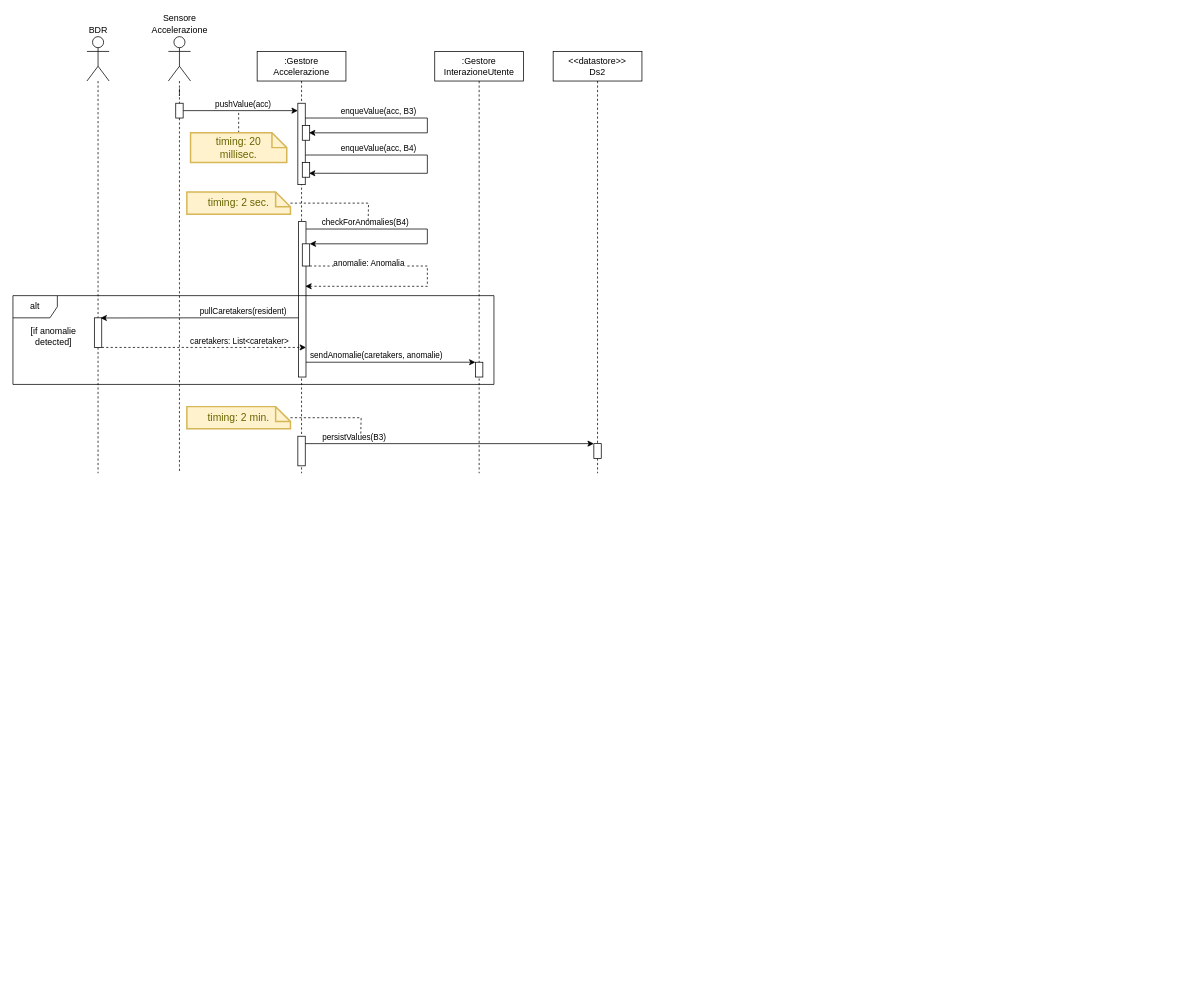
This is page "Accelerazione" (2 of 9) of Progetto/Diagrammi_Attivita/Sequence.drawio from Wonderjack996/unimib-software-architecture, a draw.io file, before an edit. Source tidied: cells renumbered, new cells numbered last; positions are measured from the earlier drawing's top-left corner, leaving out a move shared by most shapes. Both pictures are drawn from the tidied source at 74%, with x=0, y=0 at pixel (13, 36).
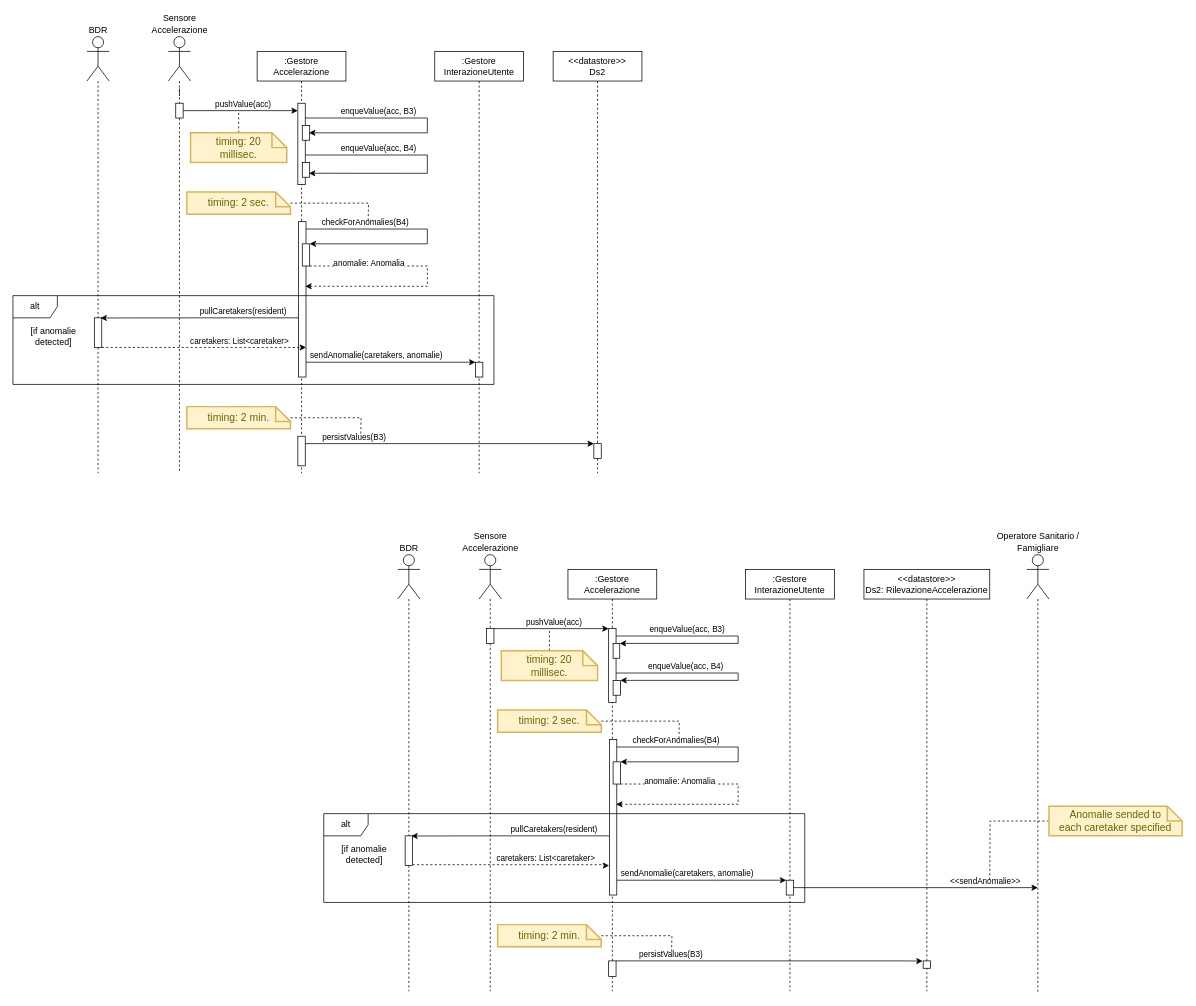
The same diagram, later.

What changed in the source:
```diff
@@
+    <mxCell id="47" value=":Gestore&#10;Accelerazione" style="shape=umlLifeline;perimeter=lifelinePerimeter;rounded=0;shadow=0;strokeWidth=1;" parent="1" vertex="1">
+      <mxGeometry x="750" y="720" width="120" height="570" as="geometry" />
+    </mxCell>
+    <mxCell id="48" style="edgeStyle=orthogonalEdgeStyle;rounded=0;orthogonalLoop=1;jettySize=auto;html=1;entryX=0.989;entryY=-0.003;entryDx=0;entryDy=0;entryPerimeter=0;startArrow=none;startFill=0;endArrow=classic;endFill=1;" parent="47" edge="1">
+      <mxGeometry relative="1" as="geometry">
+        <mxPoint x="65" y="140" as="sourcePoint" />
+        <mxPoint x="70.9" y="149.9" as="targetPoint" />
+        <Array as="points">
+          <mxPoint x="230" y="140" />
+          <mxPoint x="230" y="150" />
+        </Array>
+      </mxGeometry>
+    </mxCell>
+    <mxCell id="49" value="enqueValue(acc, B4)" style="edgeLabel;html=1;align=center;verticalAlign=middle;" parent="48" vertex="1">
+      <mxGeometry x="-0.34" relative="1" as="geometry">
+        <mxPoint x="-17" y="-10" as="offset" />
+      </mxGeometry>
+    </mxCell>
+    <mxCell id="50" style="points=[];perimeter=orthogonalPerimeter;rounded=0;shadow=0;strokeWidth=1;" parent="47" vertex="1">
+      <mxGeometry x="55" y="80" width="10" height="100" as="geometry" />
+    </mxCell>
+    <mxCell id="51" style="points=[];perimeter=orthogonalPerimeter;rounded=0;shadow=0;strokeWidth=1;" parent="47" vertex="1">
+      <mxGeometry x="56" y="230" width="10" height="210" as="geometry" />
+    </mxCell>
+    <mxCell id="52" style="edgeStyle=orthogonalEdgeStyle;rounded=0;jettySize=auto;html=1;entryX=0.905;entryY=0.416;entryDx=0;entryDy=0;entryPerimeter=0;dashed=1;startArrow=none;startFill=0;endArrow=classic;endFill=1;" parent="47" edge="1" source="54" target="51">
+      <mxGeometry relative="1" as="geometry">
+        <Array as="points">
+          <mxPoint x="230" y="290" />
+          <mxPoint x="230" y="317" />
+        </Array>
+      </mxGeometry>
+    </mxCell>
+    <mxCell id="53" value="anomalie: Anomalia" style="edgeLabel;html=1;align=center;verticalAlign=middle;" parent="52" vertex="1">
+      <mxGeometry x="-0.32" y="2" relative="1" as="geometry">
+        <mxPoint x="-40" y="-3" as="offset" />
+      </mxGeometry>
+    </mxCell>
+    <mxCell id="54" style="points=[];perimeter=orthogonalPerimeter;rounded=0;shadow=0;strokeWidth=1;" parent="47" vertex="1">
+      <mxGeometry x="61" y="260" width="10" height="30" as="geometry" />
+    </mxCell>
+    <mxCell id="55" style="edgeStyle=orthogonalEdgeStyle;rounded=0;jettySize=auto;html=1;endArrow=classic;endFill=1;" parent="47" edge="1" source="51" target="54">
+      <mxGeometry relative="1" as="geometry">
+        <Array as="points">
+          <mxPoint x="230" y="240" />
+          <mxPoint x="230" y="260" />
+        </Array>
+      </mxGeometry>
+    </mxCell>
+    <mxCell id="56" value="checkForAnomalies(B4)" style="edgeLabel;html=1;align=center;verticalAlign=middle;" parent="55" vertex="1">
+      <mxGeometry x="-0.38" y="2" relative="1" as="geometry">
+        <mxPoint x="-27" y="-8" as="offset" />
+      </mxGeometry>
+    </mxCell>
+    <mxCell id="57" style="perimeter=orthogonalPerimeter;rounded=0;shadow=0;strokeWidth=1;" parent="47" vertex="1">
+      <mxGeometry x="61" y="100" width="9" height="20" as="geometry" />
+    </mxCell>
+    <mxCell id="58" style="edgeStyle=orthogonalEdgeStyle;rounded=0;jettySize=auto;html=1;startArrow=none;startFill=0;endArrow=classic;endFill=1;" parent="47" edge="1" source="50">
+      <mxGeometry relative="1" as="geometry">
+        <mxPoint x="70" y="100" as="targetPoint" />
+        <Array as="points">
+          <mxPoint x="230" y="90" />
+          <mxPoint x="230" y="100" />
+          <mxPoint x="70" y="100" />
+        </Array>
+      </mxGeometry>
+    </mxCell>
+    <mxCell id="59" value="enqueValue(acc, B3)" style="edgeLabel;html=1;align=center;verticalAlign=middle;" parent="58" vertex="1">
+      <mxGeometry x="-0.34" y="-2" relative="1" as="geometry">
+        <mxPoint x="-16" y="-12" as="offset" />
+      </mxGeometry>
+    </mxCell>
+    <mxCell id="60" style="perimeter=orthogonalPerimeter;rounded=0;shadow=0;strokeWidth=1;" parent="47" vertex="1">
+      <mxGeometry x="61" y="150" width="10" height="20" as="geometry" />
+    </mxCell>
+    <mxCell id="61" style="perimeter=orthogonalPerimeter;rounded=0;shadow=0;strokeWidth=1;" parent="47" vertex="1">
+      <mxGeometry x="55" y="529" width="10" height="21" as="geometry" />
+    </mxCell>
+    <mxCell id="62" style="edgeStyle=orthogonalEdgeStyle;rounded=0;jettySize=auto;html=1;dashed=1;endArrow=none;endFill=0;startArrow=none;" parent="1" edge="1" source="66">
+      <mxGeometry relative="1" as="geometry">
+        <mxPoint x="645" y="1290" as="targetPoint" />
+        <Array as="points">
+          <mxPoint x="645" y="1280" />
+        </Array>
+      </mxGeometry>
+    </mxCell>
+    <mxCell id="63" value="Sensore&lt;br&gt;Accelerazione" style="shape=umlActor;verticalLabelPosition=top;verticalAlign=bottom;html=1;outlineConnect=0;labelPosition=center;align=center;" parent="1" vertex="1">
+      <mxGeometry x="630" y="700" width="30" height="60" as="geometry" />
+    </mxCell>
+    <mxCell id="64" style="edgeStyle=orthogonalEdgeStyle;rounded=0;jettySize=auto;html=1;endArrow=classic;endFill=1;" parent="1" edge="1" source="66" target="50">
+      <mxGeometry relative="1" as="geometry">
+        <Array as="points">
+          <mxPoint x="770" y="800" />
+          <mxPoint x="770" y="800" />
+        </Array>
+      </mxGeometry>
+    </mxCell>
+    <mxCell id="65" value="pushValue(acc)" style="edgeLabel;html=1;align=center;verticalAlign=middle;" parent="64" vertex="1">
+      <mxGeometry x="0.16" y="-1" relative="1" as="geometry">
+        <mxPoint x="-10" y="-11" as="offset" />
+      </mxGeometry>
+    </mxCell>
+    <mxCell id="66" style="points=[];perimeter=orthogonalPerimeter;rounded=0;shadow=0;strokeWidth=1;" parent="1" vertex="1">
+      <mxGeometry x="640" y="800" width="10" height="20" as="geometry" />
+    </mxCell>
+    <mxCell id="67" style="edgeStyle=orthogonalEdgeStyle;rounded=0;jettySize=auto;html=1;dashed=1;endArrow=none;endFill=0;" parent="1" edge="1" source="63" target="66">
+      <mxGeometry relative="1" as="geometry" />
+    </mxCell>
+    <mxCell id="68" style="edgeStyle=orthogonalEdgeStyle;rounded=0;jettySize=auto;html=1;endArrow=none;endFill=0;dashed=1;" parent="1" edge="1" source="69">
+      <mxGeometry relative="1" as="geometry">
+        <mxPoint x="725" y="800" as="targetPoint" />
+      </mxGeometry>
+    </mxCell>
+    <mxCell id="69" value="timing: 20&lt;br&gt;millisec." style="shape=note;strokeWidth=2;fontSize=14;size=20;whiteSpace=wrap;html=1;fillColor=#fff2cc;strokeColor=#d6b656;fontColor=#666600;" parent="1" vertex="1">
+      <mxGeometry x="660" y="830" width="130" height="40" as="geometry" />
+    </mxCell>
+    <mxCell id="70" value="&lt;&lt;datastore&gt;&gt;&#10;Ds2: RilevazioneAccelerazione" style="shape=umlLifeline;perimeter=lifelinePerimeter;rounded=0;shadow=0;strokeWidth=1;" parent="1" vertex="1">
+      <mxGeometry x="1150" y="720" width="170" height="570" as="geometry" />
+    </mxCell>
+    <mxCell id="71" style="points=[];perimeter=orthogonalPerimeter;rounded=0;shadow=0;strokeWidth=1;" parent="70" vertex="1">
+      <mxGeometry x="80" y="529" width="10" height="10" as="geometry" />
+    </mxCell>
+    <mxCell id="72" value=":Gestore&#10;InterazioneUtente" style="shape=umlLifeline;perimeter=lifelinePerimeter;rounded=0;shadow=0;strokeWidth=1;" parent="1" vertex="1">
+      <mxGeometry x="990" y="720" width="120" height="570" as="geometry" />
+    </mxCell>
+    <mxCell id="73" style="points=[];perimeter=orthogonalPerimeter;rounded=0;shadow=0;strokeWidth=1;" parent="72" vertex="1">
+      <mxGeometry x="55" y="420" width="10" height="20" as="geometry" />
+    </mxCell>
+    <mxCell id="74" style="edgeStyle=orthogonalEdgeStyle;rounded=0;jettySize=auto;html=1;dashed=1;endArrow=none;endFill=0;startArrow=none;" parent="1" edge="1" source="78">
+      <mxGeometry relative="1" as="geometry">
+        <mxPoint x="535" y="1290" as="targetPoint" />
+      </mxGeometry>
+    </mxCell>
+    <mxCell id="75" value="BDR" style="shape=umlActor;verticalLabelPosition=top;verticalAlign=bottom;html=1;outlineConnect=0;labelPosition=center;align=center;" parent="1" vertex="1">
+      <mxGeometry x="520" y="700" width="30" height="60" as="geometry" />
+    </mxCell>
+    <mxCell id="76" style="edgeStyle=orthogonalEdgeStyle;rounded=0;orthogonalLoop=1;jettySize=auto;html=1;startArrow=none;startFill=0;endArrow=classic;endFill=1;dashed=1;entryX=-0.043;entryY=0.815;entryDx=0;entryDy=0;entryPerimeter=0;" parent="1" edge="1">
+      <mxGeometry relative="1" as="geometry">
+        <mxPoint x="540" y="1119" as="sourcePoint" />
+        <mxPoint x="805.6" y="1120.2" as="targetPoint" />
+        <Array as="points">
+          <mxPoint x="800" y="1119" />
+          <mxPoint x="800" y="1120" />
+        </Array>
+      </mxGeometry>
+    </mxCell>
+    <mxCell id="77" value="caretakers: List&amp;lt;caretaker&amp;gt;" style="edgeLabel;html=1;align=center;verticalAlign=middle;" parent="76" vertex="1">
+      <mxGeometry x="0.31" relative="1" as="geometry">
+        <mxPoint x="4" y="-9" as="offset" />
+      </mxGeometry>
+    </mxCell>
+    <mxCell id="78" style="points=[];perimeter=orthogonalPerimeter;rounded=0;shadow=0;strokeWidth=1;" parent="1" vertex="1">
+      <mxGeometry x="530" y="1080" width="10" height="40" as="geometry" />
+    </mxCell>
+    <mxCell id="79" style="edgeStyle=orthogonalEdgeStyle;rounded=0;jettySize=auto;html=1;dashed=1;endArrow=none;endFill=0;" parent="1" edge="1" source="75" target="78">
+      <mxGeometry relative="1" as="geometry" />
+    </mxCell>
+    <mxCell id="80" value="[if anomalie detected]" style="text;html=1;strokeColor=none;fillColor=none;align=center;verticalAlign=middle;whiteSpace=wrap;rounded=0;" parent="1" vertex="1">
+      <mxGeometry x="430" y="1090" width="90" height="30" as="geometry" />
+    </mxCell>
+    <mxCell id="81" style="edgeStyle=orthogonalEdgeStyle;rounded=0;jettySize=auto;html=1;startArrow=none;startFill=0;endArrow=none;endFill=0;dashed=1;" parent="1" edge="1" source="82">
+      <mxGeometry relative="1" as="geometry">
+        <mxPoint x="900" y="950" as="targetPoint" />
+      </mxGeometry>
+    </mxCell>
+    <mxCell id="82" value="timing: 2 sec." style="shape=note;strokeWidth=2;fontSize=14;size=20;whiteSpace=wrap;html=1;fillColor=#fff2cc;strokeColor=#d6b656;fontColor=#666600;" parent="1" vertex="1">
+      <mxGeometry x="655" y="910" width="140" height="30" as="geometry" />
+    </mxCell>
+    <mxCell id="83" style="edgeStyle=orthogonalEdgeStyle;rounded=0;jettySize=auto;html=1;startArrow=none;startFill=0;endArrow=classic;endFill=1;entryX=-0.067;entryY=0.033;entryDx=0;entryDy=0;entryPerimeter=0;" parent="1" edge="1" target="71">
+      <mxGeometry relative="1" as="geometry">
+        <mxPoint x="815" y="1249" as="sourcePoint" />
+        <Array as="points">
+          <mxPoint x="1205" y="1249" />
+        </Array>
+      </mxGeometry>
+    </mxCell>
+    <mxCell id="84" value="persistValues(B3)" style="edgeLabel;html=1;align=center;verticalAlign=middle;" parent="83" vertex="1">
+      <mxGeometry x="-0.3" y="-2" relative="1" as="geometry">
+        <mxPoint x="-72" y="-12" as="offset" />
+      </mxGeometry>
+    </mxCell>
+    <mxCell id="85" style="edgeStyle=orthogonalEdgeStyle;rounded=0;jettySize=auto;html=1;startArrow=none;startFill=0;endArrow=none;endFill=0;dashed=1;" parent="1" edge="1" source="86">
+      <mxGeometry relative="1" as="geometry">
+        <mxPoint x="890" y="1240" as="targetPoint" />
+      </mxGeometry>
+    </mxCell>
+    <mxCell id="86" value="timing: 2 min." style="shape=note;strokeWidth=2;fontSize=14;size=20;whiteSpace=wrap;html=1;fillColor=#fff2cc;strokeColor=#d6b656;fontColor=#666600;" parent="1" vertex="1">
+      <mxGeometry x="655" y="1200" width="140" height="30" as="geometry" />
+    </mxCell>
+    <mxCell id="87" style="edgeStyle=orthogonalEdgeStyle;rounded=0;jettySize=auto;html=1;entryX=0.829;entryY=0.005;entryDx=0;entryDy=0;entryPerimeter=0;startArrow=none;startFill=0;endArrow=classic;endFill=1;" parent="1" edge="1" source="51" target="78">
+      <mxGeometry relative="1" as="geometry">
+        <Array as="points">
+          <mxPoint x="670" y="1080" />
+          <mxPoint x="670" y="1080" />
+        </Array>
+      </mxGeometry>
+    </mxCell>
+    <mxCell id="88" value="pullCaretakers(resident)" style="edgeLabel;html=1;align=center;verticalAlign=middle;" parent="87" vertex="1">
+      <mxGeometry x="-0.29" y="4" relative="1" as="geometry">
+        <mxPoint x="19" y="-14" as="offset" />
+      </mxGeometry>
+    </mxCell>
+    <mxCell id="89" style="edgeStyle=orthogonalEdgeStyle;rounded=0;jettySize=auto;html=1;startArrow=none;startFill=0;endArrow=classic;endFill=1;" parent="1" edge="1" source="51" target="73">
+      <mxGeometry relative="1" as="geometry">
+        <Array as="points">
+          <mxPoint x="950" y="1140" />
+          <mxPoint x="950" y="1140" />
+        </Array>
+      </mxGeometry>
+    </mxCell>
+    <mxCell id="90" value="sendAnomalie(caretakers, anomalie)" style="edgeLabel;html=1;align=center;verticalAlign=middle;" parent="89" vertex="1">
+      <mxGeometry x="-0.26" y="1" relative="1" as="geometry">
+        <mxPoint x="9" y="-9" as="offset" />
+      </mxGeometry>
+    </mxCell>
+    <mxCell id="91" style="edgeStyle=orthogonalEdgeStyle;rounded=0;jettySize=auto;html=1;endArrow=none;endFill=0;dashed=1;" parent="1" edge="1" source="92">
+      <mxGeometry relative="1" as="geometry">
+        <mxPoint x="1385" y="1290.7" as="targetPoint" />
+      </mxGeometry>
+    </mxCell>
+    <mxCell id="92" value="Operatore Sanitario /&lt;br&gt;Famigliare" style="shape=umlActor;verticalLabelPosition=top;verticalAlign=bottom;html=1;outlineConnect=0;labelPosition=center;align=center;" parent="1" vertex="1">
+      <mxGeometry x="1370" y="700" width="30" height="60" as="geometry" />
+    </mxCell>
+    <mxCell id="93" style="edgeStyle=orthogonalEdgeStyle;rounded=0;jettySize=auto;html=1;endArrow=classic;endFill=1;" parent="1" edge="1" source="73">
+      <mxGeometry relative="1" as="geometry">
+        <mxPoint x="1385" y="1150" as="targetPoint" />
+      </mxGeometry>
+    </mxCell>
+    <mxCell id="94" value="&amp;lt;&amp;lt;sendAnomalie&amp;gt;&amp;gt;" style="edgeLabel;html=1;align=center;verticalAlign=middle;" parent="93" vertex="1">
+      <mxGeometry x="0.29" y="1" relative="1" as="geometry">
+        <mxPoint x="46" y="-9" as="offset" />
+      </mxGeometry>
+    </mxCell>
+    <mxCell id="95" value="alt" style="shape=umlFrame;whiteSpace=wrap;html=1;" parent="1" vertex="1">
+      <mxGeometry x="420" y="1050" width="650" height="120" as="geometry" />
+    </mxCell>
+    <mxCell id="96" style="edgeStyle=orthogonalEdgeStyle;rounded=0;jettySize=auto;html=1;endArrow=none;endFill=0;dashed=1;" parent="1" edge="1" source="97">
+      <mxGeometry relative="1" as="geometry">
+        <mxPoint x="1320" y="1140" as="targetPoint" />
+      </mxGeometry>
+    </mxCell>
+    <mxCell id="97" value="Anomalie sended to&lt;br&gt;each caretaker specified" style="shape=note;strokeWidth=2;fontSize=14;size=20;whiteSpace=wrap;html=1;fillColor=#fff2cc;strokeColor=#d6b656;fontColor=#666600;" parent="1" vertex="1">
+      <mxGeometry x="1400" y="1040" width="180" height="40" as="geometry" />
+    </mxCell>
```
